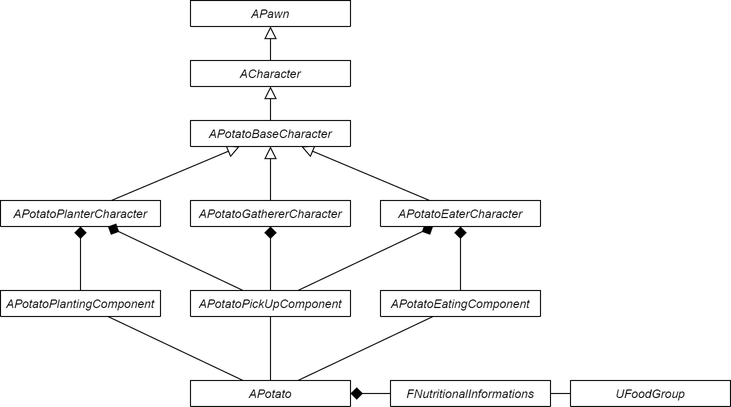
Earlier version of the draw.io export diagram.png (mathieucharron42/PotatoPlanterGathererEater). Source tidied: cells renumbered, new cells last; positions are measured from the earlier drawing's top-left corner, leaving out a move shared by most shapes.
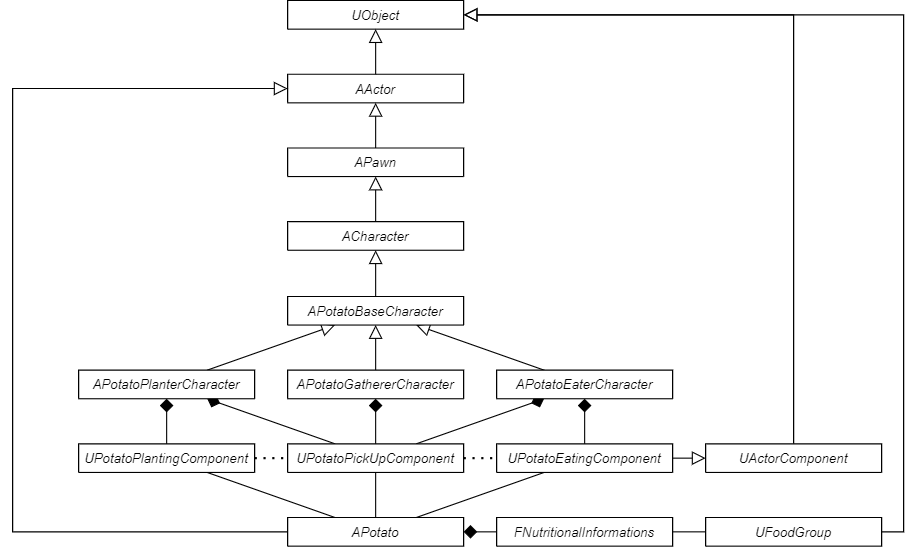
The same file after the commit.

Change to the diagram source:
```diff
@@ -18,38 +18,23 @@
       <mxGeometry relative="1" as="geometry" />
     </mxCell>
     <mxCell id="7" value="ACharacter" style="swimlane;fontStyle=2;align=center;verticalAlign=top;horizontal=1;startSize=26;rounded=0;shadow=0;strokeWidth=1;" parent="1" vertex="1" collapsed="1">
-      <mxGeometry x="190" y="60" width="160" height="26" as="geometry" />
+      <mxGeometry x="190" y="91" width="160" height="26" as="geometry" />
     </mxCell>
     <mxCell id="8" value="APawn" style="swimlane;fontStyle=2;align=center;verticalAlign=top;horizontal=1;startSize=26;rounded=0;shadow=0;strokeWidth=1;" parent="1" vertex="1" collapsed="1">
-      <mxGeometry x="190" width="160" height="26" as="geometry" />
+      <mxGeometry x="190" y="24" width="160" height="26" as="geometry" />
     </mxCell>
     <mxCell id="9" style="edgeStyle=none;rounded=0;orthogonalLoop=1;jettySize=auto;html=1;exitX=0.75;exitY=0;exitDx=0;exitDy=0;" parent="1" edge="1" source="10" target="10">
       <mxGeometry relative="1" as="geometry" />
     </mxCell>
-    <mxCell id="10" value="APotatoPlanterCharacter" style="swimlane;fontStyle=2;align=center;verticalAlign=top;horizontal=1;startSize=26;rounded=0;shadow=0;strokeWidth=1;" parent="1" vertex="1" collapsed="1">
-      <mxGeometry y="200" width="160" height="26" as="geometry" />
-    </mxCell>
     <mxCell id="11" style="edgeStyle=none;rounded=0;jettySize=auto;html=1;startArrow=none;startFill=0;endArrow=diamond;endFill=1;endSize=10;" parent="1" edge="1" source="27" target="26">
       <mxGeometry relative="1" as="geometry" />
     </mxCell>
-    <mxCell id="12" style="edgeStyle=none;rounded=0;jettySize=auto;html=1;entryX=1;entryY=0.5;entryDx=0;entryDy=0;startArrow=none;startFill=0;endArrow=none;endFill=0;endSize=10;strokeWidth=1;" parent="1" edge="1" source="29" target="27">
+    <mxCell id="12" style="edgeStyle=none;rounded=0;jettySize=auto;html=1;startArrow=none;startFill=0;endArrow=none;endFill=0;endSize=10;strokeWidth=1;" parent="1" edge="1" source="29" target="27">
       <mxGeometry relative="1" as="geometry" />
     </mxCell>
-    <mxCell id="13" style="edgeStyle=none;rounded=0;jettySize=auto;html=1;startArrow=none;startFill=0;endArrow=none;endFill=0;endSize=10;strokeWidth=1;" parent="1" edge="1" source="26" target="21">
-      <mxGeometry relative="1" as="geometry" />
-    </mxCell>
-    <mxCell id="14" style="edgeStyle=none;rounded=0;jettySize=auto;html=1;startArrow=none;startFill=0;endArrow=none;endFill=0;endSize=10;strokeWidth=1;" parent="1" edge="1" source="26" target="25">
-      <mxGeometry relative="1" as="geometry" />
-    </mxCell>
     <mxCell id="15" style="edgeStyle=none;rounded=0;jettySize=auto;html=1;startArrow=none;startFill=0;endArrow=diamond;endFill=1;endSize=10;strokeWidth=1;" parent="1" edge="1" source="17" target="10">
       <mxGeometry relative="1" as="geometry" />
     </mxCell>
-    <mxCell id="16" style="rounded=0;jettySize=auto;html=1;startArrow=none;startFill=0;endArrow=none;endFill=0;endSize=10;strokeWidth=1;" parent="1" edge="1" source="17" target="26">
-      <mxGeometry relative="1" as="geometry" />
-    </mxCell>
-    <mxCell id="17" value="APotatoPlantingComponent" style="swimlane;fontStyle=2;align=center;verticalAlign=top;horizontal=1;startSize=26;rounded=0;shadow=0;strokeWidth=1;" parent="1" vertex="1" collapsed="1">
-      <mxGeometry y="290" width="160" height="26" as="geometry" />
-    </mxCell>
     <mxCell id="18" style="edgeStyle=none;rounded=0;jettySize=auto;html=1;entryX=0.5;entryY=1;entryDx=0;entryDy=0;startArrow=none;startFill=0;endArrow=diamond;endFill=1;endSize=10;strokeWidth=1;" parent="1" edge="1" source="21" target="22">
       <mxGeometry relative="1" as="geometry" />
     </mxCell>
@@ -59,32 +44,93 @@
     <mxCell id="20" style="edgeStyle=none;rounded=0;jettySize=auto;html=1;startArrow=none;startFill=0;endArrow=diamond;endFill=1;endSize=10;strokeWidth=1;" parent="1" edge="1" source="21" target="23">
       <mxGeometry relative="1" as="geometry" />
     </mxCell>
-    <mxCell id="21" value="APotatoPickUpComponent" style="swimlane;fontStyle=2;align=center;verticalAlign=top;horizontal=1;startSize=26;rounded=0;shadow=0;strokeWidth=1;" parent="1" vertex="1" collapsed="1">
-      <mxGeometry x="190" y="290" width="160" height="26" as="geometry" />
+    <mxCell id="21" value="UPotatoPickUpComponent" style="swimlane;fontStyle=2;align=center;verticalAlign=top;horizontal=1;startSize=26;rounded=0;shadow=0;strokeWidth=1;" parent="1" vertex="1" collapsed="1">
+      <mxGeometry x="190" y="293" width="160" height="26" as="geometry" />
     </mxCell>
     <mxCell id="22" value="APotatoGathererCharacter" style="swimlane;fontStyle=2;align=center;verticalAlign=top;horizontal=1;startSize=26;rounded=0;shadow=0;strokeWidth=1;" parent="1" vertex="1" collapsed="1">
-      <mxGeometry x="190" y="200" width="160" height="26" as="geometry" />
+      <mxGeometry x="190" y="226" width="160" height="26" as="geometry" />
     </mxCell>
-    <mxCell id="23" value="APotatoEaterCharacter" style="swimlane;fontStyle=2;align=center;verticalAlign=top;horizontal=1;startSize=26;rounded=0;shadow=0;strokeWidth=1;" parent="1" vertex="1" collapsed="1">
-      <mxGeometry x="380" y="200" width="160" height="26" as="geometry" />
-    </mxCell>
     <mxCell id="24" style="edgeStyle=none;rounded=0;jettySize=auto;html=1;startArrow=none;startFill=0;endArrow=diamond;endFill=1;endSize=10;strokeWidth=1;" parent="1" edge="1" source="25" target="23">
       <mxGeometry relative="1" as="geometry" />
     </mxCell>
-    <mxCell id="25" value="APotatoEatingComponent" style="swimlane;fontStyle=2;align=center;verticalAlign=top;horizontal=1;startSize=26;rounded=0;shadow=0;strokeWidth=1;" parent="1" vertex="1" collapsed="1">
-      <mxGeometry x="380" y="290" width="160" height="26" as="geometry" />
-    </mxCell>
+    <mxCell id="28" value="APotatoBaseCharacter" style="swimlane;fontStyle=2;align=center;verticalAlign=top;horizontal=1;startSize=26;rounded=0;shadow=0;strokeWidth=1;" parent="1" vertex="1" collapsed="1">
+      <mxGeometry x="190" y="159" width="160" height="26" as="geometry" />
+    </mxCell>
+    <mxCell id="30" value="AActor" style="swimlane;fontStyle=2;align=center;verticalAlign=top;horizontal=1;startSize=26;rounded=0;shadow=0;strokeWidth=1;" parent="1" vertex="1" collapsed="1">
+      <mxGeometry x="190" y="-43" width="160" height="26" as="geometry" />
+    </mxCell>
+    <mxCell id="31" style="endArrow=block;endSize=10;endFill=0;shadow=0;strokeWidth=1;rounded=0;elbow=vertical;" parent="1" edge="1" source="8" target="30">
+      <mxGeometry relative="1" as="geometry" />
+    </mxCell>
+    <mxCell id="32" value="UObject" style="swimlane;fontStyle=2;align=center;verticalAlign=top;horizontal=1;startSize=26;rounded=0;shadow=0;strokeWidth=1;" parent="1" vertex="1" collapsed="1">
+      <mxGeometry x="190" y="-110" width="160" height="26" as="geometry" />
+    </mxCell>
+    <mxCell id="33" style="endArrow=block;endSize=10;endFill=0;shadow=0;strokeWidth=1;rounded=0;elbow=vertical;" parent="1" edge="1" source="30" target="32">
+      <mxGeometry relative="1" as="geometry" />
+    </mxCell>
+    <mxCell id="34" style="endArrow=block;endSize=10;endFill=0;shadow=0;strokeWidth=1;rounded=0;elbow=vertical;" parent="1" edge="1" source="25" target="41">
+      <mxGeometry relative="1" as="geometry" />
+    </mxCell>
+    <mxCell id="35" style="rounded=0;jettySize=auto;html=1;endArrow=block;endFill=0;endSize=10;edgeStyle=elbowEdgeStyle;" parent="1" edge="1" source="26" target="30">
+      <mxGeometry relative="1" as="geometry">
+        <Array as="points">
+          <mxPoint x="-60" y="120" />
+        </Array>
+      </mxGeometry>
+    </mxCell>
+    <mxCell id="36" style="edgeStyle=none;rounded=0;jettySize=auto;html=1;endArrow=none;endFill=0;endSize=10;" parent="1" edge="1" source="26" target="17">
+      <mxGeometry relative="1" as="geometry" />
+    </mxCell>
+    <mxCell id="13" style="edgeStyle=none;rounded=0;jettySize=auto;html=1;endArrow=none;endFill=0;endSize=10;" parent="1" edge="1" source="26" target="21">
+      <mxGeometry relative="1" as="geometry" />
+    </mxCell>
+    <mxCell id="14" style="edgeStyle=none;rounded=0;jettySize=auto;html=1;endArrow=none;endFill=0;endSize=10;" parent="1" edge="1" source="26" target="25">
+      <mxGeometry relative="1" as="geometry" />
+    </mxCell>
     <mxCell id="26" value="APotato" style="swimlane;fontStyle=2;align=center;verticalAlign=top;horizontal=1;startSize=26;rounded=0;shadow=0;strokeWidth=1;" parent="1" vertex="1" collapsed="1">
-      <mxGeometry x="190" y="380" width="160" height="26" as="geometry" />
+      <mxGeometry x="190" y="360" width="160" height="26" as="geometry" />
     </mxCell>
     <mxCell id="27" value="FNutritionalInformations" style="swimlane;fontStyle=2;align=center;verticalAlign=top;horizontal=1;startSize=26;rounded=0;shadow=0;strokeWidth=1;" parent="1" vertex="1" collapsed="1">
-      <mxGeometry x="390" y="380" width="160" height="26" as="geometry" />
+      <mxGeometry x="380" y="360" width="160" height="26" as="geometry" />
     </mxCell>
-    <mxCell id="28" value="APotatoBaseCharacter" style="swimlane;fontStyle=2;align=center;verticalAlign=top;horizontal=1;startSize=26;rounded=0;shadow=0;strokeWidth=1;" parent="1" vertex="1" collapsed="1">
-      <mxGeometry x="190" y="120" width="160" height="26" as="geometry" />
-    </mxCell>
+    <mxCell id="37" style="edgeStyle=elbowEdgeStyle;rounded=0;jettySize=auto;html=1;endArrow=block;endFill=0;endSize=10;" parent="1" edge="1" source="29" target="32">
+      <mxGeometry relative="1" as="geometry">
+        <Array as="points">
+          <mxPoint x="750" y="160" />
+        </Array>
+      </mxGeometry>
+    </mxCell>
     <mxCell id="29" value="UFoodGroup" style="swimlane;fontStyle=2;align=center;verticalAlign=top;horizontal=1;startSize=26;rounded=0;shadow=0;strokeWidth=1;" parent="1" vertex="1" collapsed="1">
-      <mxGeometry x="570" y="380" width="160" height="26" as="geometry" />
+      <mxGeometry x="570" y="360" width="160" height="26" as="geometry" />
     </mxCell>
+    <mxCell id="38" style="edgeStyle=elbowEdgeStyle;rounded=0;jettySize=auto;html=1;endArrow=block;endFill=0;endSize=10;" parent="1" edge="1" source="41" target="32">
+      <mxGeometry relative="1" as="geometry">
+        <Array as="points">
+          <mxPoint x="650" y="120" />
+          <mxPoint x="640" y="120" />
+        </Array>
+      </mxGeometry>
+    </mxCell>
+    <mxCell id="39" style="endArrow=none;dashed=1;html=1;dashPattern=1 3;strokeWidth=2;" parent="1" edge="1" source="17" target="21">
+      <mxGeometry relative="1" as="geometry" />
+    </mxCell>
+    <mxCell id="40" style="endArrow=none;dashed=1;html=1;dashPattern=1 3;strokeWidth=2;" parent="1" edge="1" source="21" target="25">
+      <mxGeometry relative="1" as="geometry" />
+    </mxCell>
+    <mxCell id="10" value="APotatoPlanterCharacter" style="swimlane;fontStyle=2;align=center;verticalAlign=top;horizontal=1;startSize=26;rounded=0;shadow=0;strokeWidth=1;" parent="1" vertex="1" collapsed="1">
+      <mxGeometry y="226" width="160" height="26" as="geometry" />
+    </mxCell>
+    <mxCell id="23" value="APotatoEaterCharacter" style="swimlane;fontStyle=2;align=center;verticalAlign=top;horizontal=1;startSize=26;rounded=0;shadow=0;strokeWidth=1;" parent="1" vertex="1" collapsed="1">
+      <mxGeometry x="380" y="226" width="160" height="26" as="geometry" />
+    </mxCell>
+    <mxCell id="17" value="UPotatoPlantingComponent" style="swimlane;fontStyle=2;align=center;verticalAlign=top;horizontal=1;startSize=26;rounded=0;shadow=0;strokeWidth=1;" parent="1" vertex="1" collapsed="1">
+      <mxGeometry y="293" width="160" height="26" as="geometry" />
+    </mxCell>
+    <mxCell id="25" value="UPotatoEatingComponent" style="swimlane;fontStyle=2;align=center;verticalAlign=top;horizontal=1;startSize=26;rounded=0;shadow=0;strokeWidth=1;" parent="1" vertex="1" collapsed="1">
+      <mxGeometry x="380" y="293" width="160" height="26" as="geometry" />
+    </mxCell>
+    <mxCell id="41" value="UActorComponent" style="swimlane;fontStyle=2;align=center;verticalAlign=top;horizontal=1;startSize=26;rounded=0;shadow=0;strokeWidth=1;" parent="1" vertex="1" collapsed="1">
+      <mxGeometry x="570" y="293" width="160" height="26" as="geometry" />
+    </mxCell>
   </root>
 </mxGraphModel>
```
